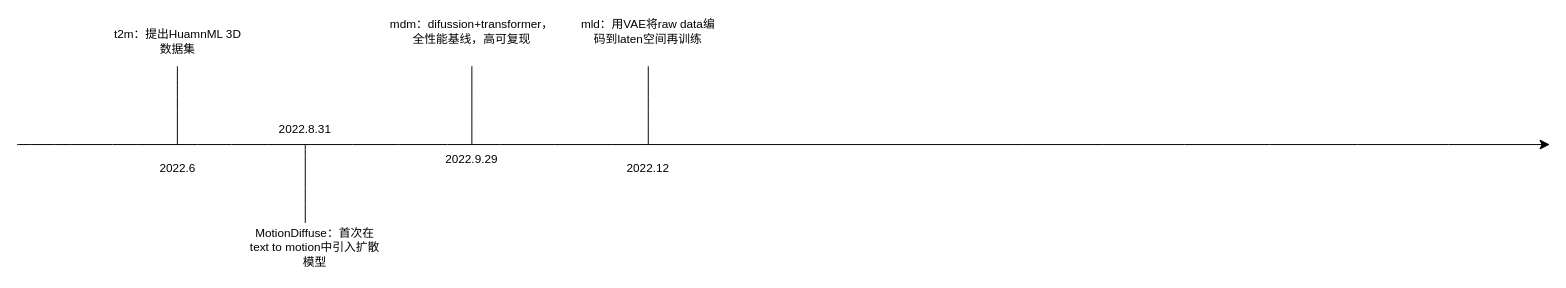
Above: 时间流程图t2m.drawio in 177-Liukuan/algorithm (draw.io), before the change. Source tidied: cells renumbered, new cells numbered last; positions are measured from the earlier drawing's top-left corner, leaving out a move shared by most shapes. Both pictures are drawn from the tidied source at 98%, with x=0, y=0 at pixel (17, 17).
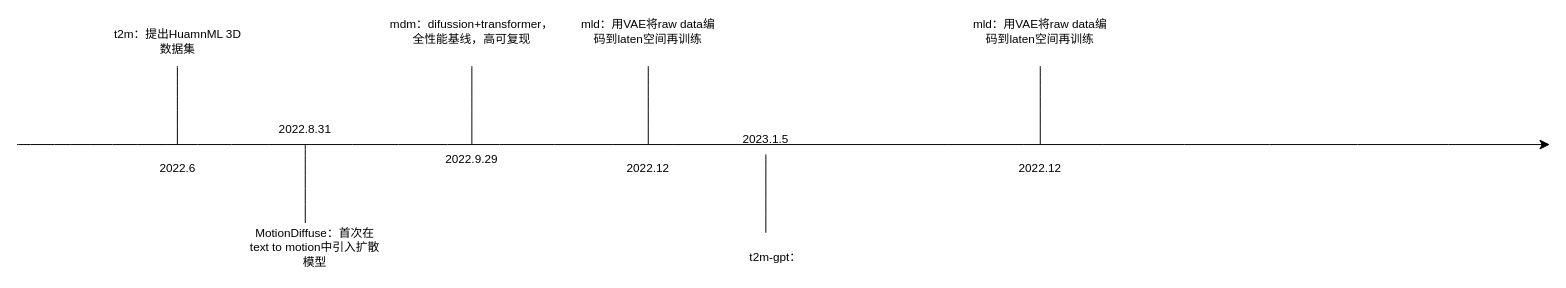
Above is the later version.

Commit message (it also covers changes not shown here):
更新时间流程图t2m.drawio

Change to the diagram source:
```diff
@@
+    <mxCell id="15" style="endArrow=none;html=1;rounded=0;fontSize=12;startSize=8;endSize=8;curved=1;" parent="1" edge="1">
+      <mxGeometry relative="1" as="geometry">
+        <mxPoint x="1044" y="50" as="sourcePoint" />
+        <mxPoint x="1044" y="130" as="targetPoint" />
+      </mxGeometry>
+    </mxCell>
+    <mxCell id="16" value="2022.12" style="text;html=1;whiteSpace=wrap;strokeColor=none;fillColor=none;align=center;verticalAlign=middle;rounded=0;" parent="1" vertex="1">
+      <mxGeometry x="1014" y="140" width="60" height="30" as="geometry" />
+    </mxCell>
+    <mxCell id="17" value="mld：用VAE将raw data编码到laten空间再训练" style="text;html=1;whiteSpace=wrap;strokeColor=none;fillColor=none;align=center;verticalAlign=middle;rounded=0;" parent="1" vertex="1">
+      <mxGeometry x="974" width="140" height="30" as="geometry" />
+    </mxCell>
+    <mxCell id="18" value="t2m-gpt：" style="text;html=1;whiteSpace=wrap;strokeColor=none;fillColor=none;align=center;verticalAlign=middle;rounded=0;" parent="1" vertex="1">
+      <mxGeometry x="704" y="230" width="140" height="30" as="geometry" />
+    </mxCell>
+    <mxCell id="19" style="endArrow=none;html=1;rounded=0;fontSize=12;startSize=8;endSize=8;curved=1;" parent="1" edge="1">
+      <mxGeometry relative="1" as="geometry">
+        <mxPoint x="764" y="140" as="sourcePoint" />
+        <mxPoint x="764" y="220" as="targetPoint" />
+      </mxGeometry>
+    </mxCell>
+    <mxCell id="20" value="2023.1.5" style="text;html=1;whiteSpace=wrap;strokeColor=none;fillColor=none;align=center;verticalAlign=middle;rounded=0;" parent="1" vertex="1">
+      <mxGeometry x="734" y="110" width="60" height="30" as="geometry" />
+    </mxCell>
```
